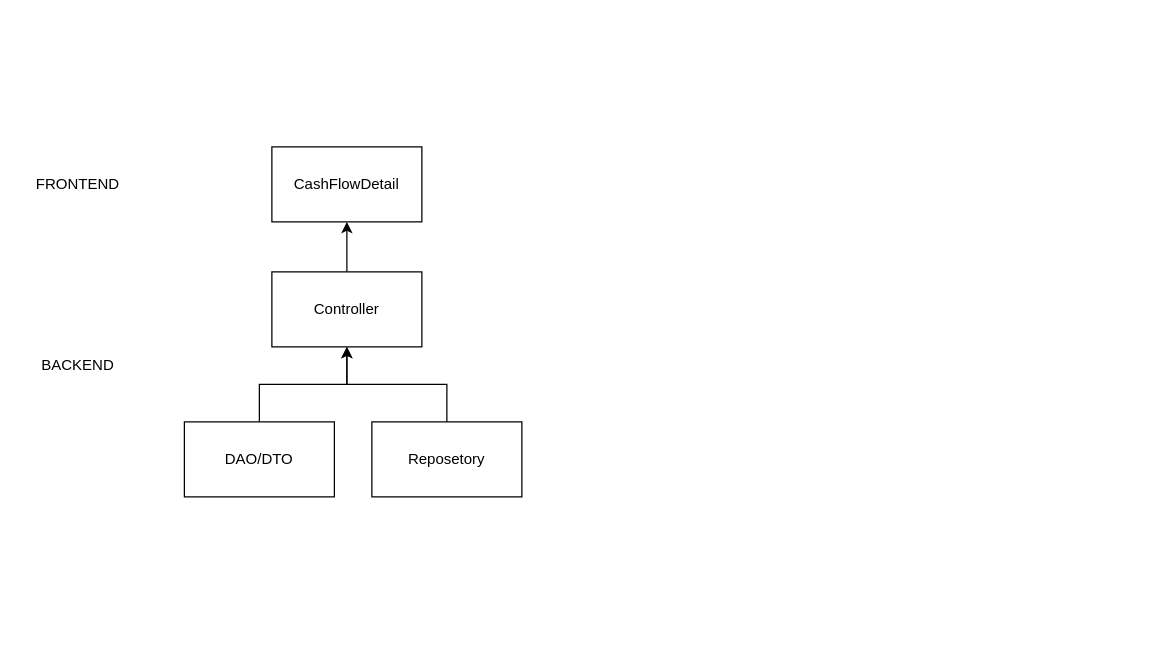
Above: Backend.drawio in MBundel/budgetPlanner (draw.io), before the change. Source tidied: cells renumbered, new cells numbered last; positions are measured from the earlier drawing's top-left corner, leaving out a move shared by most shapes. Both pictures are drawn from the tidied source at 125%, with x=0, y=0 at pixel (21, 146).
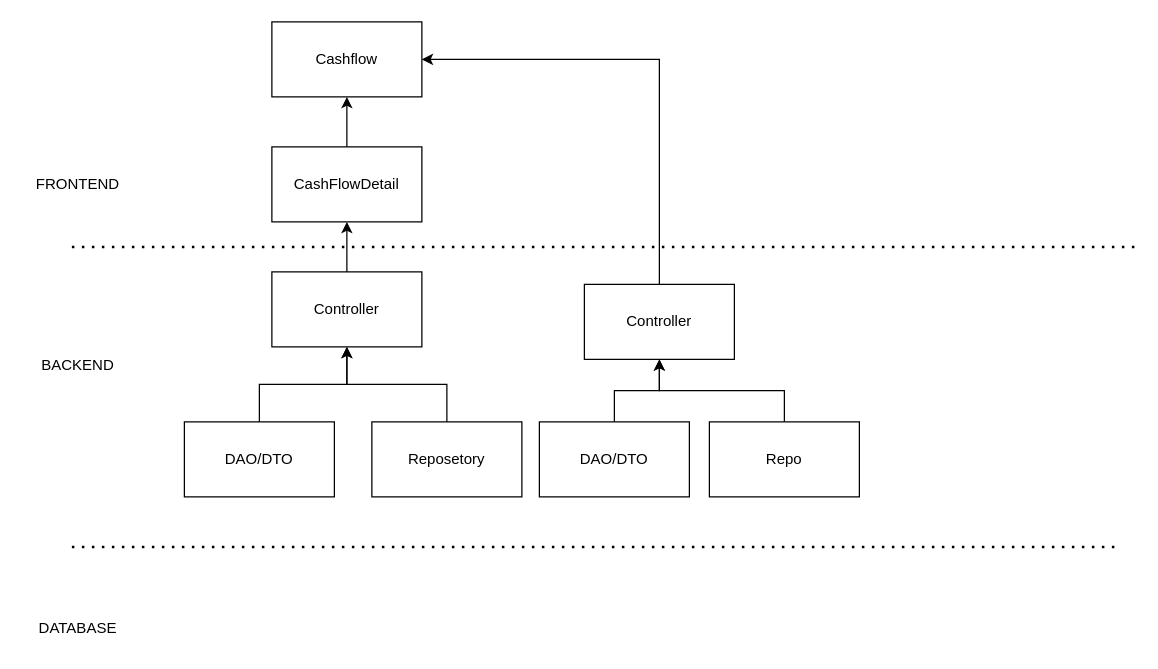
After the change.

The change refers to these unchanged cells:
```xml
<mxCell id="2" value="CashFlowDetail" style="rounded=0;whiteSpace=wrap;html=1;" parent="1" vertex="1">
  <mxGeometry x="200" width="120" height="60" as="geometry" />
</mxCell>
```

The edit, as a diff of the source:
```diff
@@
+    <mxCell id="11" style="edgeStyle=orthogonalEdgeStyle;rounded=0;jettySize=auto;html=1;" parent="1" edge="1" source="2" target="12">
+      <mxGeometry relative="1" as="geometry" />
+    </mxCell>
@@
+    <mxCell id="12" value="Cashflow" style="rounded=0;whiteSpace=wrap;html=1;" parent="1" vertex="1">
+      <mxGeometry x="200" y="-100" width="120" height="60" as="geometry" />
+    </mxCell>
+    <mxCell id="13" value="DATABASE" style="text;html=1;strokeColor=none;fillColor=none;align=center;verticalAlign=middle;whiteSpace=wrap;rounded=0;" parent="1" vertex="1">
+      <mxGeometry x="15" y="370" width="60" height="30" as="geometry" />
+    </mxCell>
+    <mxCell id="14" style="edgeStyle=orthogonalEdgeStyle;rounded=0;jettySize=auto;html=1;entryX=1;entryY=0.5;entryDx=0;entryDy=0;exitX=0.5;exitY=0;exitDx=0;exitDy=0;" parent="1" edge="1" source="15" target="12">
+      <mxGeometry relative="1" as="geometry" />
+    </mxCell>
+    <mxCell id="15" value="Controller" style="rounded=0;whiteSpace=wrap;html=1;" parent="1" vertex="1">
+      <mxGeometry x="450" y="110" width="120" height="60" as="geometry" />
+    </mxCell>
+    <mxCell id="16" style="edgeStyle=orthogonalEdgeStyle;rounded=0;jettySize=auto;html=1;" parent="1" edge="1" source="17" target="15">
+      <mxGeometry relative="1" as="geometry" />
+    </mxCell>
+    <mxCell id="17" value="DAO/DTO" style="rounded=0;whiteSpace=wrap;html=1;" parent="1" vertex="1">
+      <mxGeometry x="414" y="220" width="120" height="60" as="geometry" />
+    </mxCell>
+    <mxCell id="18" style="edgeStyle=orthogonalEdgeStyle;rounded=0;jettySize=auto;html=1;entryX=0.5;entryY=1;entryDx=0;entryDy=0;" parent="1" edge="1" source="19" target="15">
+      <mxGeometry relative="1" as="geometry" />
+    </mxCell>
+    <mxCell id="19" value="Repo" style="rounded=0;whiteSpace=wrap;html=1;" parent="1" vertex="1">
+      <mxGeometry x="550" y="220" width="120" height="60" as="geometry" />
+    </mxCell>
+    <mxCell id="20" style="endArrow=none;dashed=1;html=1;dashPattern=1 3;strokeWidth=2;rounded=0;" parent="1" edge="1">
+      <mxGeometry relative="1" as="geometry">
+        <mxPoint x="890" y="80" as="sourcePoint" />
+        <mxPoint x="40" y="80" as="targetPoint" />
+      </mxGeometry>
+    </mxCell>
+    <mxCell id="21" style="endArrow=none;dashed=1;html=1;dashPattern=1 3;strokeWidth=2;rounded=0;" parent="1" edge="1">
+      <mxGeometry relative="1" as="geometry">
+        <mxPoint x="40" y="320" as="sourcePoint" />
+        <mxPoint x="880" y="320" as="targetPoint" />
+      </mxGeometry>
+    </mxCell>
```
